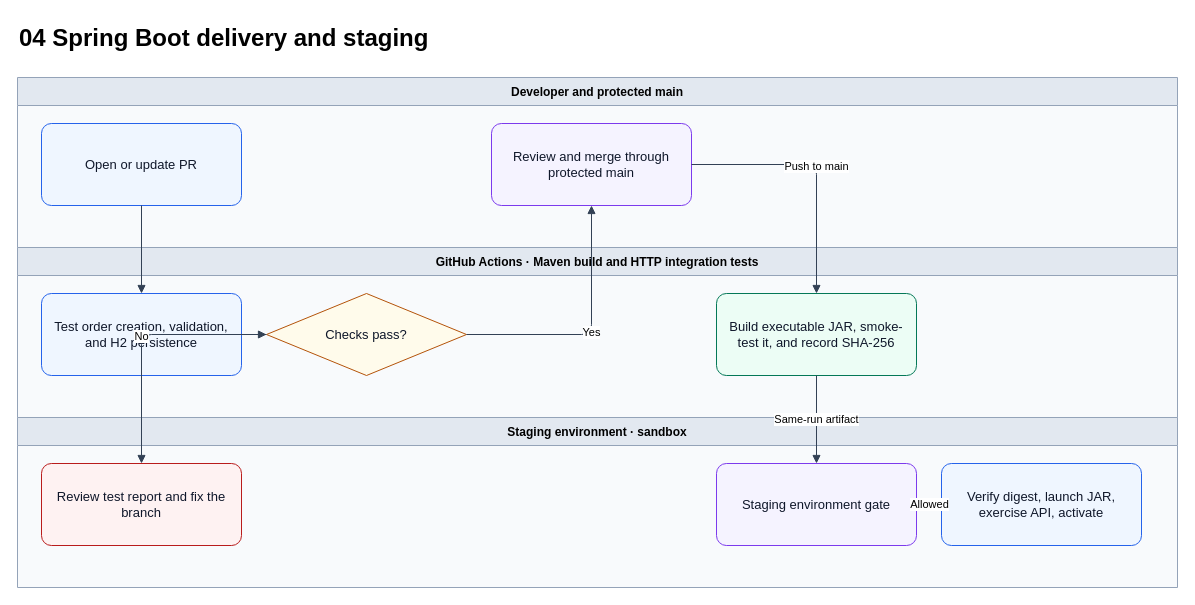
degalasudheer2727/agentic-devops-lab keeps this draw.io diagram as page "04 Spring Boot delivery and staging" (4 of 4) of docs/workflows.drawio. Above is the earlier version. Source tidied: cells renumbered, new cells numbered last; positions are measured from the earlier drawing's top-left corner, leaving out a move shared by most shapes. Both pictures are drawn from the tidied source at 100%, with x=0, y=0 at pixel (17, 17).
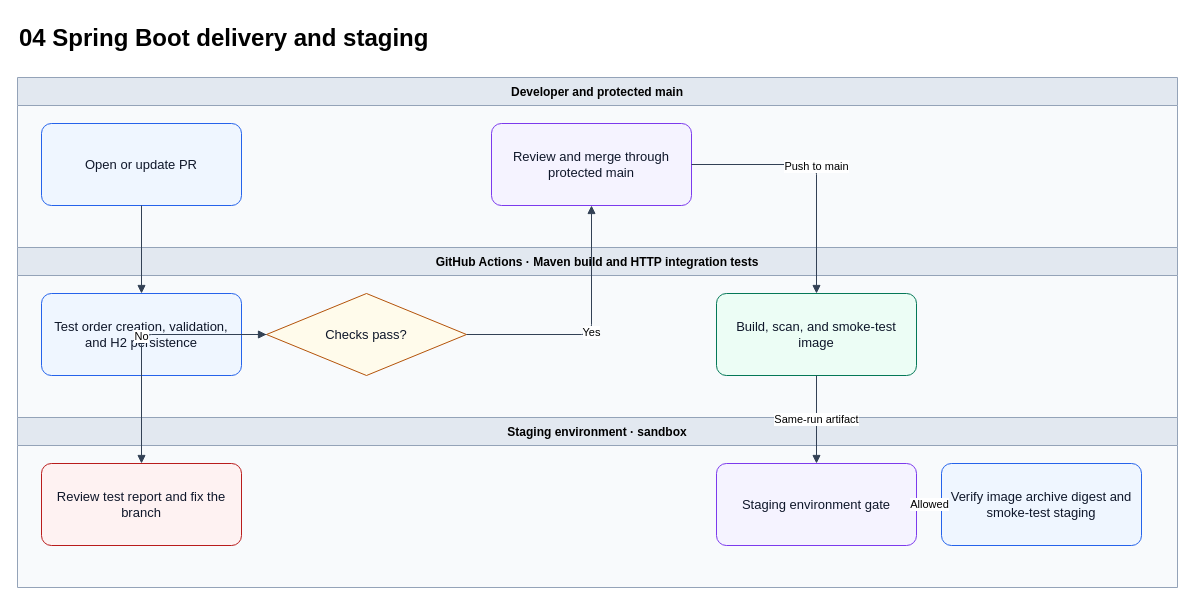
After the change.

What changed in the source:
```diff
@@
-    <mxCell id="11" value="Build executable JAR, smoke-test it, and record SHA-256" style="rounded=1;arcSize=12;whiteSpace=wrap;html=1;fillColor=#ecfdf5;strokeColor=#047857;fontColor=#0f172a;fontSize=13;spacing=8;" parent="1" vertex="1">
+    <mxCell id="11" value="Build, scan, and smoke-test image" style="rounded=1;arcSize=12;whiteSpace=wrap;html=1;fillColor=#ecfdf5;strokeColor=#047857;fontColor=#0f172a;fontSize=13;spacing=8;" parent="1" vertex="1">
       <mxGeometry x="699" y="276" width="200" height="82" as="geometry" />
     </mxCell>
@@
-    <mxCell id="13" value="Verify digest, launch JAR, exercise API, activate" style="rounded=1;arcSize=12;whiteSpace=wrap;html=1;fillColor=#eff6ff;strokeColor=#2563eb;fontColor=#0f172a;fontSize=13;spacing=8;" parent="1" vertex="1">
+    <mxCell id="13" value="Verify image archive digest and smoke-test staging" style="rounded=1;arcSize=12;whiteSpace=wrap;html=1;fillColor=#eff6ff;strokeColor=#2563eb;fontColor=#0f172a;fontSize=13;spacing=8;" parent="1" vertex="1">
       <mxGeometry x="924" y="446" width="200" height="82" as="geometry" />
     </mxCell>
```
